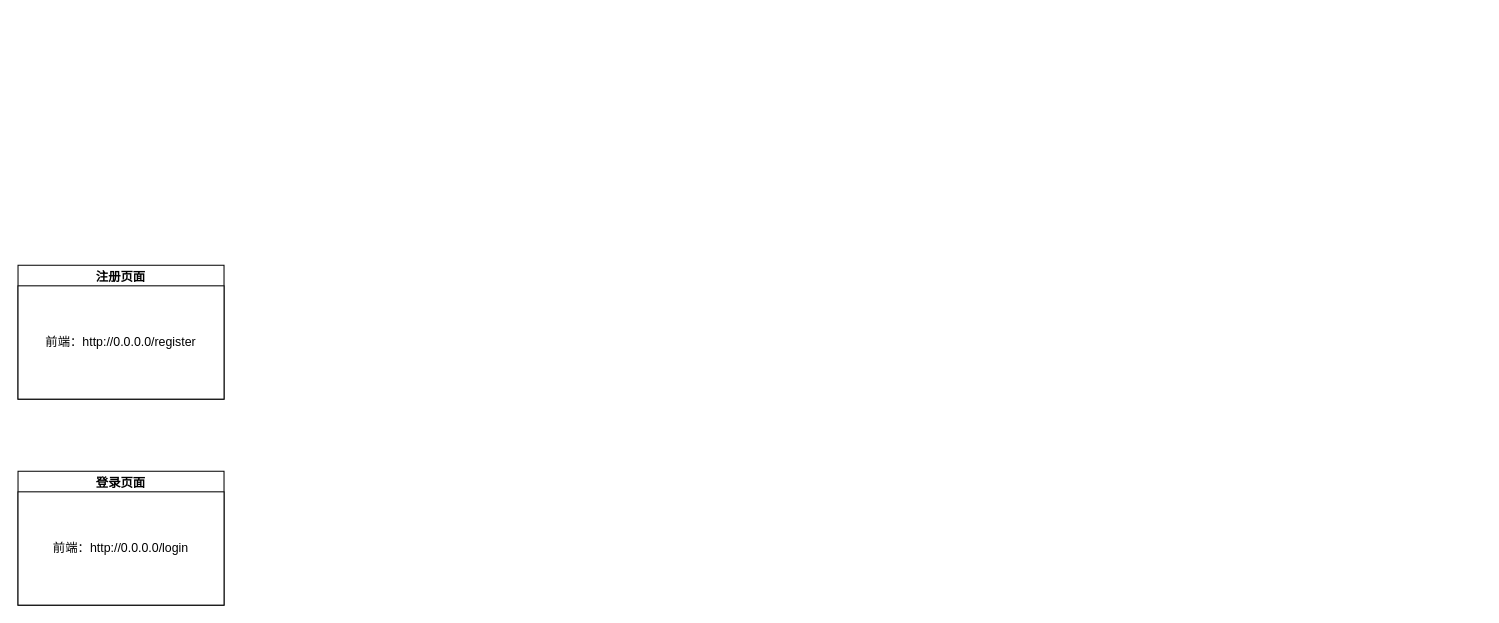
jensen1404ai-bit/Draw.io keeps this draw.io diagram as 统一认证中心.drawio. Above is the earlier version. Source tidied: cells renumbered, new cells numbered last; positions are measured from the earlier drawing's top-left corner, leaving out a move shared by most shapes. Both pictures are drawn from the tidied source at 103%, with x=0, y=0 at pixel (18, 265).
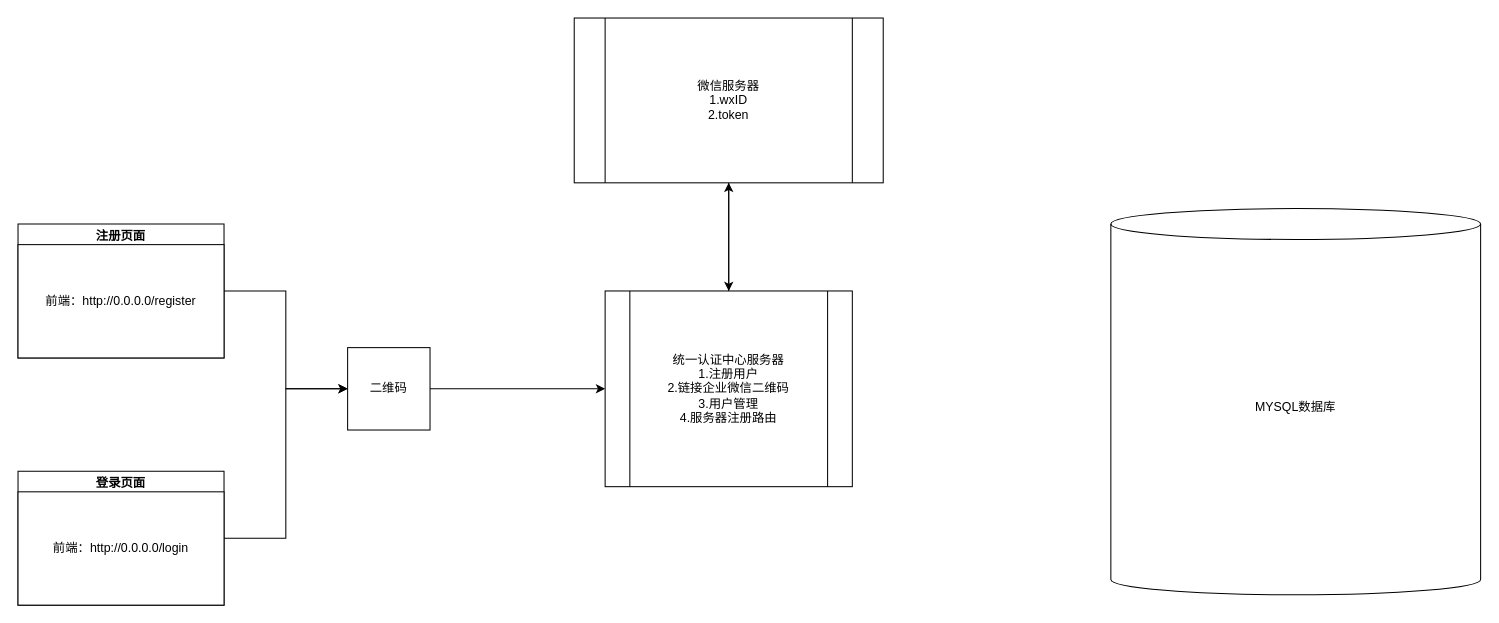
The same diagram, later.

Commit message (it also covers changes not shown here):
更新统一认证中心.drawio

Diff of the diagram source:
```diff
@@
 <mxGraphModel>
   <root>
     <mxCell id="0" />
     <mxCell id="1" parent="0" />
+    <mxCell id="6" style="edgeStyle=orthogonalEdgeStyle;rounded=0;jettySize=auto;html=1;exitX=1;exitY=0.5;exitDx=0;exitDy=0;entryX=0;entryY=0.5;entryDx=0;entryDy=0;" parent="1" edge="1" source="2" target="13">
+      <mxGeometry relative="1" as="geometry" />
+    </mxCell>
     <mxCell id="2" value="注册页面" style="swimlane;whiteSpace=wrap;html=1;" parent="1" vertex="1">
-      <mxGeometry width="200" height="130" as="geometry" />
+      <mxGeometry y="-40" width="200" height="130" as="geometry" />
     </mxCell>
     <mxCell id="3" value="前端：http://0.0.0.0/register" style="whiteSpace=wrap;html=1;" parent="2" vertex="1">
       <mxGeometry y="20" width="200" height="110" as="geometry" />
     </mxCell>
+    <mxCell id="7" style="edgeStyle=orthogonalEdgeStyle;rounded=0;jettySize=auto;html=1;exitX=1;exitY=0.5;exitDx=0;exitDy=0;entryX=0;entryY=0.5;entryDx=0;entryDy=0;" parent="1" edge="1" source="4" target="13">
+      <mxGeometry relative="1" as="geometry" />
+    </mxCell>
     <mxCell id="4" value="登录页面" style="swimlane;whiteSpace=wrap;html=1;" parent="1" vertex="1">
       <mxGeometry y="200" width="200" height="130" as="geometry" />
     </mxCell>
     <mxCell id="5" value="前端：http://0.0.0.0/login" style="whiteSpace=wrap;html=1;" parent="4" vertex="1">
       <mxGeometry y="20" width="200" height="110" as="geometry" />
     </mxCell>
+    <mxCell id="8" style="edgeStyle=orthogonalEdgeStyle;rounded=0;jettySize=auto;html=1;exitX=0.5;exitY=0;exitDx=0;exitDy=0;entryX=0.5;entryY=1;entryDx=0;entryDy=0;" parent="1" edge="1" source="9" target="11">
+      <mxGeometry relative="1" as="geometry" />
+    </mxCell>
+    <mxCell id="9" value="统一认证中心服务器&lt;br&gt;1.注册用户&lt;br&gt;2.链接企业微信二维码&lt;br&gt;3.用户管理&lt;br&gt;4.服务器注册路由" style="shape=process;whiteSpace=wrap;html=1;backgroundOutline=1;" parent="1" vertex="1">
+      <mxGeometry x="570" y="25" width="240" height="190" as="geometry" />
+    </mxCell>
+    <mxCell id="10" style="edgeStyle=orthogonalEdgeStyle;rounded=0;jettySize=auto;html=1;exitX=0.5;exitY=1;exitDx=0;exitDy=0;entryX=0.5;entryY=0;entryDx=0;entryDy=0;" parent="1" edge="1" source="11" target="9">
+      <mxGeometry relative="1" as="geometry" />
+    </mxCell>
+    <mxCell id="11" value="微信服务器&lt;br&gt;1.wxID&lt;br&gt;2.token" style="shape=process;whiteSpace=wrap;html=1;backgroundOutline=1;" parent="1" vertex="1">
+      <mxGeometry x="540" y="-240" width="300" height="160" as="geometry" />
+    </mxCell>
+    <mxCell id="12" style="edgeStyle=orthogonalEdgeStyle;rounded=0;jettySize=auto;html=1;exitX=1;exitY=0.5;exitDx=0;exitDy=0;entryX=0;entryY=0.5;entryDx=0;entryDy=0;" parent="1" edge="1" source="13" target="9">
+      <mxGeometry relative="1" as="geometry" />
+    </mxCell>
+    <mxCell id="13" value="二维码" style="whiteSpace=wrap;html=1;" parent="1" vertex="1">
+      <mxGeometry x="320" y="80" width="80" height="80" as="geometry" />
+    </mxCell>
+    <mxCell id="14" value="MYSQL数据库&lt;div&gt;&lt;br/&gt;&lt;/div&gt;" style="shape=cylinder3;whiteSpace=wrap;html=1;boundedLbl=1;backgroundOutline=1;size=15;" parent="1" vertex="1">
+      <mxGeometry x="1061" y="-55" width="359" height="375" as="geometry" />
+    </mxCell>
   </root>
 </mxGraphModel>
```
